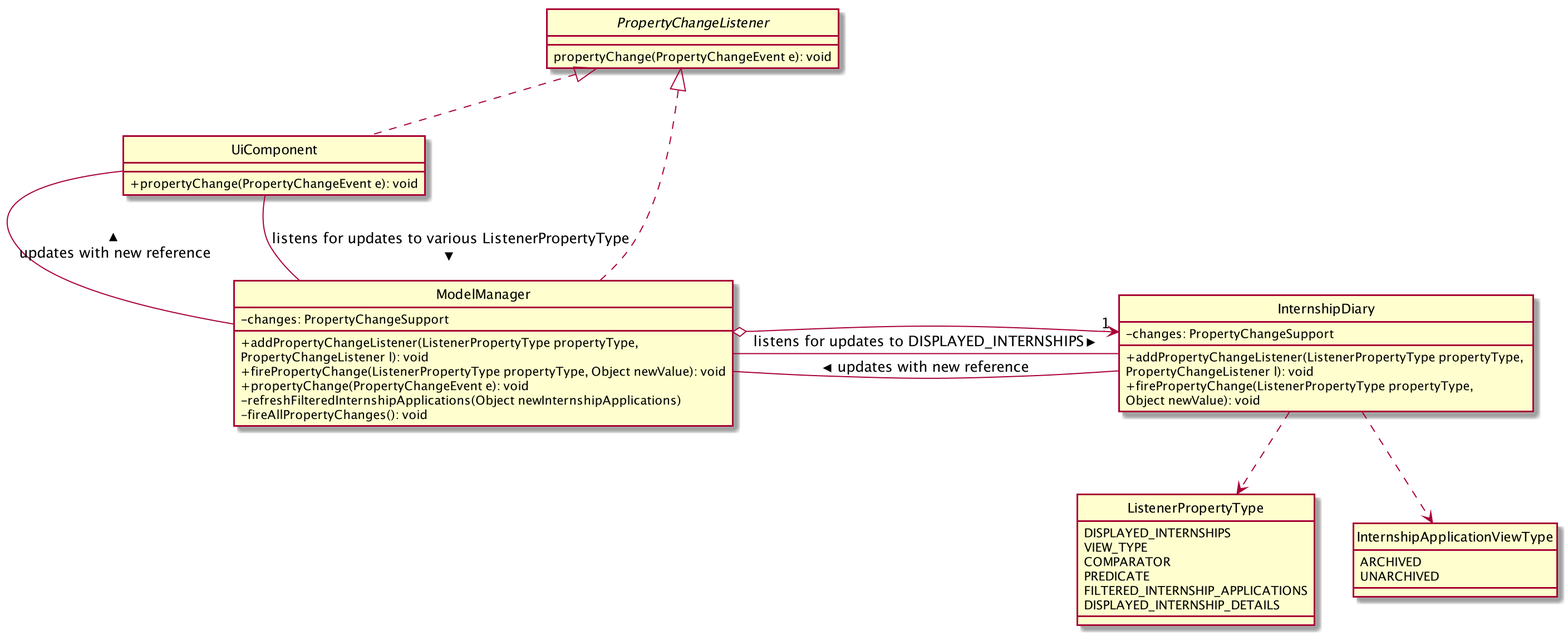
wxwxwxwx9/main keeps this PlantUML diagram as docs/images/InternshipDiaryAndModelManagerPropertyChangeClassDiagram.png. Above is the earlier version. Source of this version:
```plantuml
@startuml

hide circle
skinparam classAttributeIconSize 0

Class InternshipDiary {
    - changes: PropertyChangeSupport
    + addPropertyChangeListener(ListenerPropertyType propertyType, \nPropertyChangeListener l): void
    + firePropertyChange(ListenerPropertyType propertyType, \nObject newValue): void
}

Class ModelManager implements PropertyChangeListener {
    - changes: PropertyChangeSupport
    + addPropertyChangeListener(ListenerPropertyType propertyType, \nPropertyChangeListener l): void
    + firePropertyChange(ListenerPropertyType propertyType, Object newValue): void
    + propertyChange(PropertyChangeEvent e): void
    - refreshFilteredInternshipApplications(Object newInternshipApplications)
    - fireAllPropertyChanges(): void
}

Class UiComponent implements PropertyChangeListener {
    + propertyChange(PropertyChangeEvent e): void
}

interface PropertyChangeListener {
    propertyChange(PropertyChangeEvent e): void
}

enum ListenerPropertyType {
    DISPLAYED_INTERNSHIPS
    VIEW_TYPE
    COMPARATOR
    PREDICATE
    FILTERED_INTERNSHIP_APPLICATIONS
    DISPLAYED_INTERNSHIP_DETAILS
}

enum InternshipApplicationViewType {
    ARCHIVED
    UNARCHIVED
}

ModelManager o--> "1" InternshipDiary

InternshipDiary ..> InternshipApplicationViewType
InternshipDiary ..> ListenerPropertyType

ModelManager -up- UiComponent: updates with new reference >
UiComponent -- ModelManager: listens for updates to various ListenerPropertyType >

InternshipDiary -- ModelManager: updates with new reference >
ModelManager -left- InternshipDiary: listens for updates to DISPLAYED_INTERNSHIPS >

ModelManager -[hidden]up-> PropertyChangeListener




@enduml
```
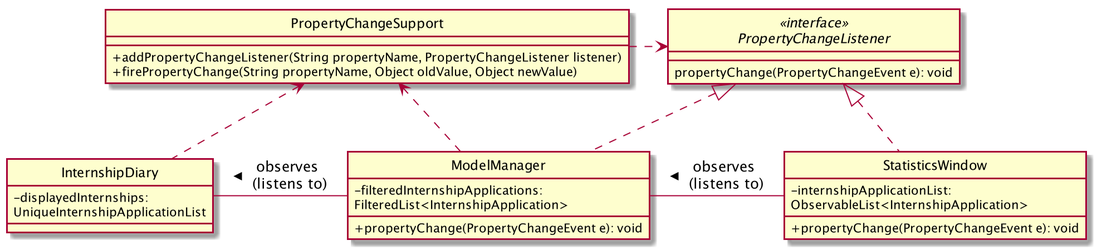
The same diagram one commit later.

The edit, as a diff of the source:
```diff
@@ -4,54 +4,37 @@
 skinparam classAttributeIconSize 0
 
 Class InternshipDiary {
-    - changes: PropertyChangeSupport
-    + addPropertyChangeListener(ListenerPropertyType propertyType, \nPropertyChangeListener l): void
-    + firePropertyChange(ListenerPropertyType propertyType, \nObject newValue): void
+    - displayedInternships: \nUniqueInternshipApplicationList
 }
 
 Class ModelManager implements PropertyChangeListener {
-    - changes: PropertyChangeSupport
-    + addPropertyChangeListener(ListenerPropertyType propertyType, \nPropertyChangeListener l): void
-    + firePropertyChange(ListenerPropertyType propertyType, Object newValue): void
-    + propertyChange(PropertyChangeEvent e): void
-    - refreshFilteredInternshipApplications(Object newInternshipApplications)
-    - fireAllPropertyChanges(): void
-}
-
-Class UiComponent implements PropertyChangeListener {
+     - filteredInternshipApplications: \nFilteredList<InternshipApplication>
     + propertyChange(PropertyChangeEvent e): void
 }
 
-interface PropertyChangeListener {
+Class StatisticsWindow implements PropertyChangeListener {
+    - internshipApplicationList: \nObservableList<InternshipApplication>
+    + propertyChange(PropertyChangeEvent e): void
+}
+
+interface PropertyChangeListener <<interface>> {
     propertyChange(PropertyChangeEvent e): void
 }
 
-enum ListenerPropertyType {
-    DISPLAYED_INTERNSHIPS
-    VIEW_TYPE
-    COMPARATOR
-    PREDICATE
-    FILTERED_INTERNSHIP_APPLICATIONS
-    DISPLAYED_INTERNSHIP_DETAILS
+class PropertyChangeSupport {
+    + addPropertyChangeListener(String propertyName, PropertyChangeListener listener)
+    + firePropertyChange(String propertyName, Object oldValue, Object newValue)
 }
 
-enum InternshipApplicationViewType {
-    ARCHIVED
-    UNARCHIVED
-}
+InternshipDiary .up.> PropertyChangeSupport
+ModelManager .up.> PropertyChangeSupport
 
-ModelManager o--> "1" InternshipDiary
+PropertyChangeSupport .right.> PropertyChangeListener
 
-InternshipDiary ..> InternshipApplicationViewType
-InternshipDiary ..> ListenerPropertyType
 
-ModelManager -up- UiComponent: updates with new reference >
-UiComponent -- ModelManager: listens for updates to various ListenerPropertyType >
+StatisticsWindow -left- ModelManager: observes\n (listens to) >
 
-InternshipDiary -- ModelManager: updates with new reference >
-ModelManager -left- InternshipDiary: listens for updates to DISPLAYED_INTERNSHIPS >
-
-ModelManager -[hidden]up-> PropertyChangeListener
+ModelManager -left- InternshipDiary: observes\n (listens to) >
 
 
 
```
